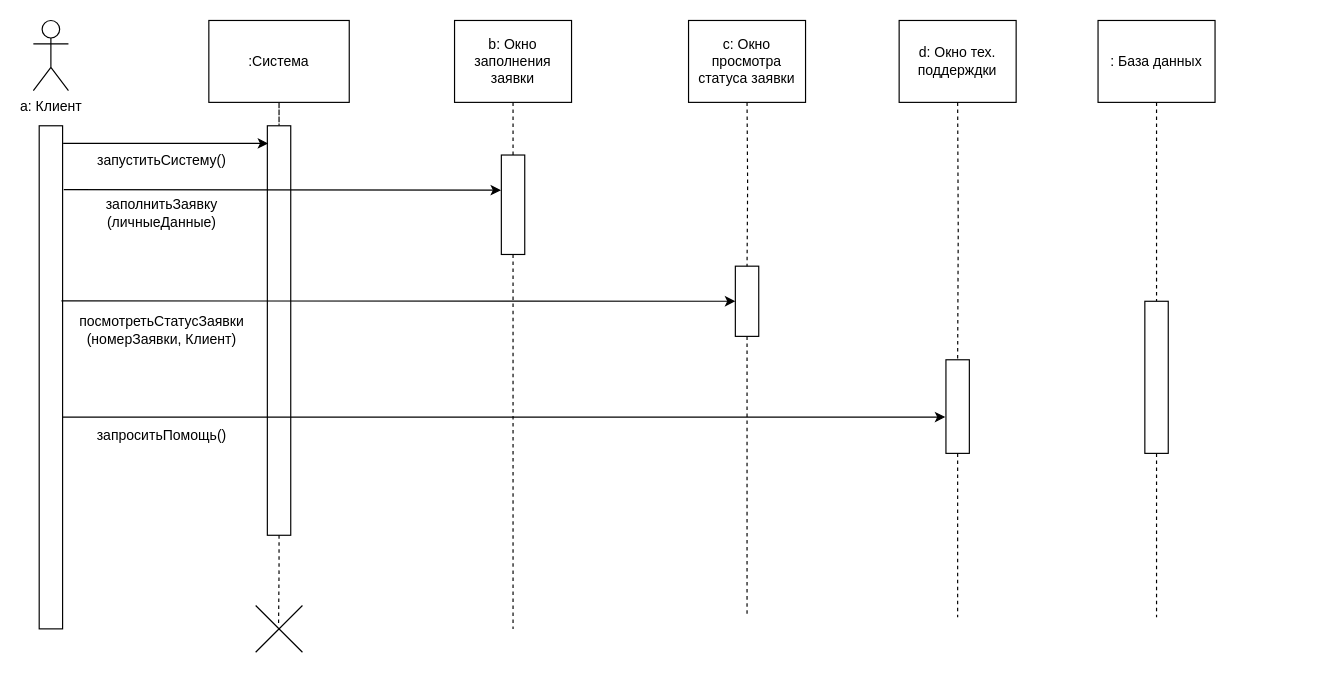
This is СтрахованиеПоследовательность.drawio from Deviky/FOREVASIAOD, a draw.io file, before an edit. Source tidied: cells renumbered, new cells numbered last; positions are measured from the earlier drawing's top-left corner, leaving out a move shared by most shapes. Both pictures are drawn from the tidied source at 117%, with x=0, y=0 at pixel (33, 20).
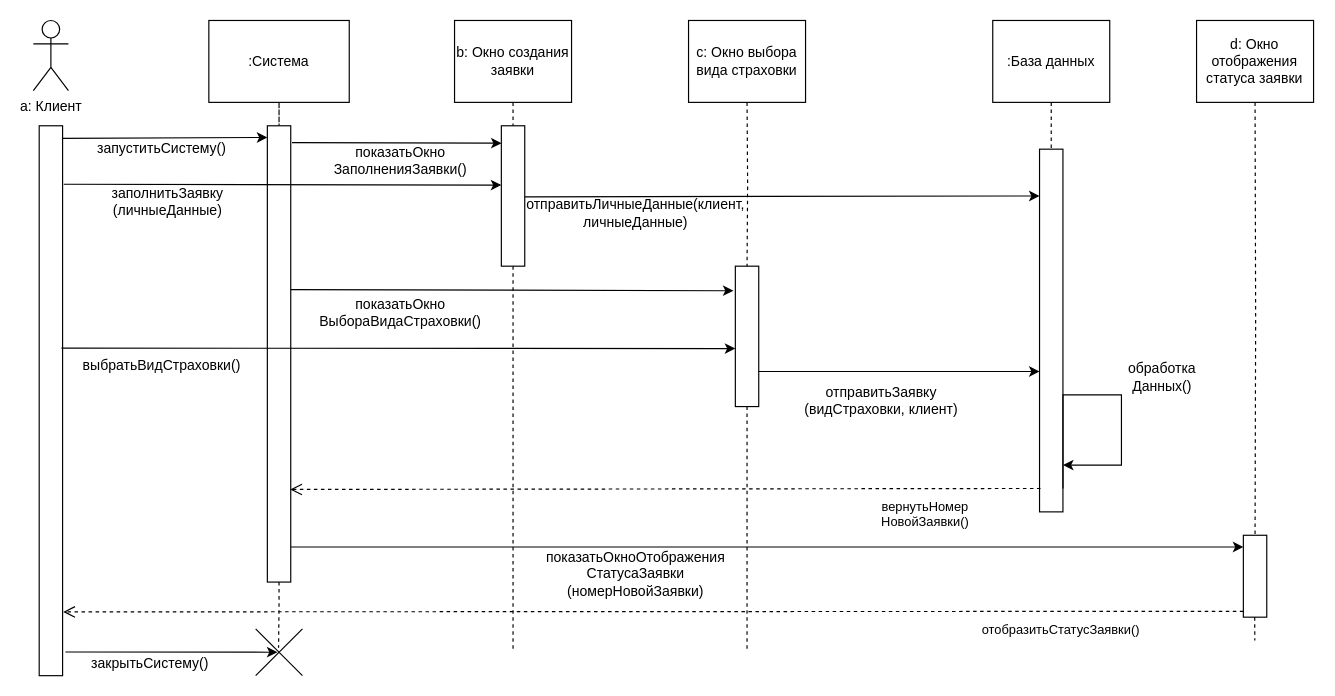
The same page after the edit.

Diff of the diagram source:
```diff
@@
     <mxCell id="3" style="rounded=0;whiteSpace=wrap;html=1;" parent="1" vertex="1">
-      <mxGeometry x="5" y="90" width="20" height="430" as="geometry" />
+      <mxGeometry x="5" y="90" width="20" height="470" as="geometry" />
     </mxCell>
@@
     <mxCell id="6" style="rounded=0;whiteSpace=wrap;html=1;" parent="1" vertex="1">
-      <mxGeometry x="200" y="90" width="20" height="350" as="geometry" />
+      <mxGeometry x="200" y="90" width="20" height="390" as="geometry" />
     </mxCell>
-    <mxCell id="7" style="endArrow=classic;html=1;rounded=0;exitX=1.023;exitY=0.035;exitDx=0;exitDy=0;exitPerimeter=0;entryX=0.037;entryY=0.043;entryDx=0;entryDy=0;entryPerimeter=0;" parent="1" edge="1" source="3" target="6">
-      <mxGeometry relative="1" as="geometry" />
+    <mxCell id="7" style="endArrow=classic;html=1;rounded=0;exitX=0.972;exitY=0.023;exitDx=0;exitDy=0;exitPerimeter=0;" parent="1" edge="1" source="3">
+      <mxGeometry relative="1" as="geometry">
+        <mxPoint x="200" y="100" as="targetPoint" />
+      </mxGeometry>
     </mxCell>
     <mxCell id="8" value="запуститьСистему()" style="text;html=1;align=center;verticalAlign=middle;whiteSpace=wrap;rounded=0;" parent="1" vertex="1">
-      <mxGeometry x="80" y="105" width="60" height="30" as="geometry" />
+      <mxGeometry x="80" y="100" width="60" height="20" as="geometry" />
     </mxCell>
-    <mxCell id="9" style="endArrow=classic;html=1;rounded=0;entryX=-0.012;entryY=0.353;entryDx=0;entryDy=0;entryPerimeter=0;exitX=1.05;exitY=0.127;exitDx=0;exitDy=0;exitPerimeter=0;" parent="1" edge="1" source="3" target="10">
-      <mxGeometry relative="1" as="geometry" />
+    <mxCell id="9" style="endArrow=classic;html=1;rounded=0;entryX=0;entryY=0.339;entryDx=0;entryDy=0;exitX=1.05;exitY=0.127;exitDx=0;exitDy=0;exitPerimeter=0;entryPerimeter=0;" parent="1" edge="1">
+      <mxGeometry relative="1" as="geometry">
+        <mxPoint x="26" y="140" as="sourcePoint" />
+        <mxPoint x="400" y="140.7" as="targetPoint" />
+      </mxGeometry>
     </mxCell>
     <mxCell id="10" style="rounded=0;whiteSpace=wrap;html=1;" parent="1" vertex="1">
-      <mxGeometry x="400" y="115" width="20" height="85" as="geometry" />
+      <mxGeometry x="400" y="90" width="20" height="120" as="geometry" />
     </mxCell>
     <mxCell id="11" value="заполнить&lt;span style=&quot;background-color: initial;&quot;&gt;Заявку&lt;/span&gt;&lt;div&gt;&lt;span style=&quot;background-color: initial;&quot;&gt;(личныеДанные)&lt;/span&gt;&lt;/div&gt;" style="text;html=1;align=center;verticalAlign=middle;whiteSpace=wrap;rounded=0;" parent="1" vertex="1">
-      <mxGeometry x="55" y="150" width="110" height="30" as="geometry" />
+      <mxGeometry x="60" y="140" width="110" height="30" as="geometry" />
     </mxCell>
-    <mxCell id="12" value="b: Окно заполнения заявки" style="rounded=0;whiteSpace=wrap;html=1;" parent="1" vertex="1">
+    <mxCell id="12" value="b: Окно создания заявки" style="rounded=0;whiteSpace=wrap;html=1;" parent="1" vertex="1">
       <mxGeometry x="360" width="100" height="70" as="geometry" />
     </mxCell>
     <mxCell id="13" style="rounded=0;whiteSpace=wrap;html=1;" parent="1" vertex="1">
-      <mxGeometry x="600" y="210" width="20" height="60" as="geometry" />
+      <mxGeometry x="600" y="210" width="20" height="120" as="geometry" />
     </mxCell>
-    <mxCell id="14" value="с: Окно просмотра статуса заявки" style="rounded=0;whiteSpace=wrap;html=1;" parent="1" vertex="1">
+    <mxCell id="14" value="с: Окно выбора вида страховки" style="rounded=0;whiteSpace=wrap;html=1;" parent="1" vertex="1">
       <mxGeometry x="560" width="100" height="70" as="geometry" />
     </mxCell>
-    <mxCell id="15" value=": База данных" style="rounded=0;whiteSpace=wrap;html=1;" parent="1" vertex="1">
-      <mxGeometry x="910" width="100" height="70" as="geometry" />
+    <mxCell id="15" value=":База данных" style="rounded=0;whiteSpace=wrap;html=1;" parent="1" vertex="1">
+      <mxGeometry x="820" width="100" height="70" as="geometry" />
     </mxCell>
     <mxCell id="16" style="edgeStyle=orthogonalEdgeStyle;rounded=0;jettySize=auto;html=1;dashed=1;endArrow=none;endFill=0;exitX=0.5;exitY=1;exitDx=0;exitDy=0;" parent="1" edge="1" source="10">
       <mxGeometry relative="1" as="geometry">
-        <mxPoint x="410" y="520" as="targetPoint" />
+        <mxPoint x="410" y="540" as="targetPoint" />
       </mxGeometry>
     </mxCell>
     <mxCell id="17" style="edgeStyle=orthogonalEdgeStyle;rounded=0;jettySize=auto;html=1;dashed=1;endArrow=none;endFill=0;exitX=0.5;exitY=1;exitDx=0;exitDy=0;" parent="1" edge="1" source="13">
       <mxGeometry relative="1" as="geometry">
-        <mxPoint x="610" y="510" as="targetPoint" />
+        <mxPoint x="610" y="540" as="targetPoint" />
       </mxGeometry>
     </mxCell>
-    <mxCell id="18" style="edgeStyle=orthogonalEdgeStyle;rounded=0;jettySize=auto;html=1;dashed=1;endArrow=none;endFill=0;exitX=0.5;exitY=1;exitDx=0;exitDy=0;" parent="1" edge="1" source="32">
-      <mxGeometry relative="1" as="geometry">
-        <mxPoint x="960" y="510" as="targetPoint" />
-      </mxGeometry>
-    </mxCell>
@@
     <mxCell id="23" style="shape=mxgraph.sysml.x;" parent="1" vertex="1">
-      <mxGeometry x="190" y="500" width="40" height="40" as="geometry" />
+      <mxGeometry x="190" y="520" width="40" height="40" as="geometry" />
     </mxCell>
-    <mxCell id="24" style="rounded=0;whiteSpace=wrap;html=1;" parent="1" vertex="1">
-      <mxGeometry x="780" y="290" width="20" height="80" as="geometry" />
-    </mxCell>
-    <mxCell id="25" value="d: Окно тех. поддерждки" style="rounded=0;whiteSpace=wrap;html=1;" parent="1" vertex="1">
-      <mxGeometry x="740" width="100" height="70" as="geometry" />
+    <mxCell id="25" value="d: Окно отображения статуса заявки" style="rounded=0;whiteSpace=wrap;html=1;" parent="1" vertex="1">
+      <mxGeometry x="994.2" width="100" height="70" as="geometry" />
     </mxCell>
-    <mxCell id="26" style="edgeStyle=orthogonalEdgeStyle;rounded=0;jettySize=auto;html=1;dashed=1;endArrow=none;endFill=0;exitX=0.5;exitY=1;exitDx=0;exitDy=0;" parent="1" edge="1" source="24">
-      <mxGeometry relative="1" as="geometry">
-        <mxPoint x="790" y="510" as="targetPoint" />
-      </mxGeometry>
-    </mxCell>
-    <mxCell id="27" style="edgeStyle=orthogonalEdgeStyle;rounded=0;jettySize=auto;html=1;dashed=1;endArrow=none;endFill=0;fontStyle=1;entryX=0.5;entryY=0;entryDx=0;entryDy=0;" parent="1" edge="1" target="24">
+    <mxCell id="27" style="edgeStyle=orthogonalEdgeStyle;rounded=0;jettySize=auto;html=1;dashed=1;endArrow=none;endFill=0;fontStyle=1;entryX=0.5;entryY=0;entryDx=0;entryDy=0;" parent="1" edge="1" target="47">
       <mxGeometry relative="1" as="geometry">
-        <mxPoint x="790" y="70" as="sourcePoint" />
+        <mxPoint x="1044.2" y="70" as="sourcePoint" />
       </mxGeometry>
     </mxCell>
-    <mxCell id="28" style="endArrow=classic;html=1;rounded=0;entryX=0;entryY=0.5;entryDx=0;entryDy=0;exitX=0.95;exitY=0.348;exitDx=0;exitDy=0;exitPerimeter=0;" parent="1" edge="1" source="3" target="13">
-      <mxGeometry relative="1" as="geometry" />
+    <mxCell id="28" style="endArrow=classic;html=1;rounded=0;entryX=0;entryY=0.5;entryDx=0;entryDy=0;exitX=0.95;exitY=0.348;exitDx=0;exitDy=0;exitPerimeter=0;" parent="1" edge="1">
+      <mxGeometry relative="1" as="geometry">
+        <mxPoint x="24" y="280" as="sourcePoint" />
+        <mxPoint x="600" y="280.4" as="targetPoint" />
+      </mxGeometry>
     </mxCell>
-    <mxCell id="29" value="&lt;div&gt;&lt;span style=&quot;background-color: initial;&quot;&gt;посмотретьСтатусЗаявки&lt;/span&gt;&lt;/div&gt;&lt;div&gt;&lt;span style=&quot;background-color: initial;&quot;&gt;(номерЗаявки, Клиент)&lt;/span&gt;&lt;/div&gt;" style="text;html=1;align=center;verticalAlign=middle;whiteSpace=wrap;rounded=0;" parent="1" vertex="1">
-      <mxGeometry x="55" y="250" width="110" height="30" as="geometry" />
+    <mxCell id="29" value="выбратьВидСтраховки()" style="text;html=1;align=center;verticalAlign=middle;whiteSpace=wrap;rounded=0;" parent="1" vertex="1">
+      <mxGeometry x="55" y="280" width="110" height="30" as="geometry" />
     </mxCell>
-    <mxCell id="30" style="endArrow=classic;html=1;rounded=0;entryX=-0.026;entryY=0.612;entryDx=0;entryDy=0;entryPerimeter=0;exitX=1;exitY=0.579;exitDx=0;exitDy=0;exitPerimeter=0;" parent="1" edge="1" source="3" target="24">
-      <mxGeometry relative="1" as="geometry" />
-    </mxCell>
-    <mxCell id="31" value="запроситьПомощь()" style="text;html=1;align=center;verticalAlign=middle;whiteSpace=wrap;rounded=0;" parent="1" vertex="1">
-      <mxGeometry x="55" y="340" width="110" height="30" as="geometry" />
-    </mxCell>
     <mxCell id="32" style="rounded=0;whiteSpace=wrap;html=1;" parent="1" vertex="1">
-      <mxGeometry x="950" y="240" width="20" height="130" as="geometry" />
+      <mxGeometry x="860" y="110" width="20" height="310" as="geometry" />
     </mxCell>
+    <mxCell id="33" style="endArrow=classic;html=1;rounded=0;edgeStyle=orthogonalEdgeStyle;" parent="1" edge="1">
+      <mxGeometry relative="1" as="geometry">
+        <mxPoint x="880" y="400" as="sourcePoint" />
+        <mxPoint x="880" y="380" as="targetPoint" />
+        <Array as="points">
+          <mxPoint x="880" y="320" />
+          <mxPoint x="930" y="320" />
+          <mxPoint x="930" y="380" />
+          <mxPoint x="880" y="380" />
+        </Array>
+      </mxGeometry>
+    </mxCell>
+    <mxCell id="34" style="endArrow=classic;html=1;rounded=0;exitX=1;exitY=0.579;exitDx=0;exitDy=0;exitPerimeter=0;" parent="1" edge="1">
+      <mxGeometry relative="1" as="geometry">
+        <mxPoint x="620" y="300" as="sourcePoint" />
+        <mxPoint x="860" y="300" as="targetPoint" />
+      </mxGeometry>
+    </mxCell>
+    <mxCell id="35" value="отправитьЗаявку&lt;div&gt;(видСтраховки, клиент)&lt;/div&gt;" style="text;html=1;align=center;verticalAlign=middle;whiteSpace=wrap;rounded=0;" parent="1" vertex="1">
+      <mxGeometry x="650" y="310" width="150" height="30" as="geometry" />
+    </mxCell>
+    <mxCell id="36" style="endArrow=classic;html=1;rounded=0;exitX=1;exitY=0.579;exitDx=0;exitDy=0;exitPerimeter=0;" parent="1" edge="1">
+      <mxGeometry relative="1" as="geometry">
+        <mxPoint x="420" y="150.7" as="sourcePoint" />
+        <mxPoint x="860" y="150" as="targetPoint" />
+      </mxGeometry>
+    </mxCell>
+    <mxCell id="37" value="&lt;span style=&quot;background-color: initial;&quot;&gt;отправитьЛичныеДанные(клиент, личныеДанные)&lt;/span&gt;" style="text;html=1;align=center;verticalAlign=middle;whiteSpace=wrap;rounded=0;" parent="1" vertex="1">
+      <mxGeometry x="460" y="150" width="110" height="30" as="geometry" />
+    </mxCell>
+    <mxCell id="38" value="вернутьНомер&lt;div&gt;НовойЗаявки()&lt;/div&gt;" style="html=1;verticalAlign=bottom;endArrow=open;dashed=1;endSize=8;curved=0;rounded=0;exitX=0.04;exitY=0.952;exitDx=0;exitDy=0;exitPerimeter=0;entryX=0.976;entryY=0.797;entryDx=0;entryDy=0;entryPerimeter=0;" parent="1" edge="1" target="6">
+      <mxGeometry x="-0.69" y="38" relative="1" as="geometry">
+        <mxPoint x="860.8" y="400" as="sourcePoint" />
+      </mxGeometry>
+    </mxCell>
+    <mxCell id="39" value="&lt;div&gt;&lt;span style=&quot;background-color: initial;&quot;&gt;обработка&lt;/span&gt;&lt;/div&gt;&lt;div&gt;&lt;span style=&quot;background-color: initial;&quot;&gt;Данных&lt;/span&gt;&lt;span style=&quot;background-color: initial;&quot;&gt;()&lt;/span&gt;&lt;/div&gt;" style="text;html=1;align=center;verticalAlign=middle;whiteSpace=wrap;rounded=0;" parent="1" vertex="1">
+      <mxGeometry x="910" y="290" width="110" height="30" as="geometry" />
+    </mxCell>
+    <mxCell id="40" style="endArrow=classic;html=1;rounded=0;exitX=1.121;exitY=0.957;exitDx=0;exitDy=0;exitPerimeter=0;entryX=0.466;entryY=0.499;entryDx=0;entryDy=0;entryPerimeter=0;" parent="1" edge="1" source="3" target="23">
+      <mxGeometry relative="1" as="geometry" />
+    </mxCell>
+    <mxCell id="41" value="закрытьСистему()" style="text;html=1;align=center;verticalAlign=middle;whiteSpace=wrap;rounded=0;" parent="1" vertex="1">
+      <mxGeometry x="70" y="540" width="60" height="20" as="geometry" />
+    </mxCell>
+    <mxCell id="42" style="endArrow=classic;html=1;rounded=0;exitX=1.055;exitY=0.037;exitDx=0;exitDy=0;exitPerimeter=0;entryX=0.01;entryY=0.124;entryDx=0;entryDy=0;entryPerimeter=0;" parent="1" edge="1" source="6" target="10">
+      <mxGeometry relative="1" as="geometry" />
+    </mxCell>
+    <mxCell id="43" value="показатьОкно&lt;div&gt;ЗаполненияЗаявки()&lt;/div&gt;" style="text;html=1;align=center;verticalAlign=middle;whiteSpace=wrap;rounded=0;" parent="1" vertex="1">
+      <mxGeometry x="284" y="110" width="60" height="20" as="geometry" />
+    </mxCell>
+    <mxCell id="44" style="endArrow=classic;html=1;rounded=0;exitX=1.009;exitY=0.048;exitDx=0;exitDy=0;exitPerimeter=0;entryX=-0.08;entryY=0.175;entryDx=0;entryDy=0;entryPerimeter=0;" parent="1" edge="1" target="13">
+      <mxGeometry relative="1" as="geometry">
+        <mxPoint x="220" y="230" as="sourcePoint" />
+      </mxGeometry>
+    </mxCell>
+    <mxCell id="45" value="показатьОкно&lt;div&gt;&lt;span style=&quot;background-color: initial;&quot;&gt;ВыбораВидаСтраховки()&lt;/span&gt;&lt;br&gt;&lt;/div&gt;" style="text;html=1;align=center;verticalAlign=middle;whiteSpace=wrap;rounded=0;" parent="1" vertex="1">
+      <mxGeometry x="284" y="240" width="60" height="20" as="geometry" />
+    </mxCell>
+    <mxCell id="46" style="edgeStyle=orthogonalEdgeStyle;rounded=0;orthogonalLoop=1;jettySize=auto;html=1;exitX=0.5;exitY=1;exitDx=0;exitDy=0;" parent="1" edge="1" source="39" target="39">
+      <mxGeometry relative="1" as="geometry" />
+    </mxCell>
+    <mxCell id="47" style="rounded=0;whiteSpace=wrap;html=1;" parent="1" vertex="1">
+      <mxGeometry x="1034.2" y="440" width="20" height="70" as="geometry" />
+    </mxCell>
+    <mxCell id="48" style="endArrow=classic;html=1;rounded=0;" parent="1" edge="1">
+      <mxGeometry relative="1" as="geometry">
+        <mxPoint x="220" y="450" as="sourcePoint" />
+        <mxPoint x="1034.2" y="450" as="targetPoint" />
+      </mxGeometry>
+    </mxCell>
+    <mxCell id="49" value="отобразитьСтатусЗаявки()" style="html=1;verticalAlign=bottom;endArrow=open;dashed=1;endSize=8;curved=0;rounded=0;exitX=0;exitY=0.53;exitDx=0;exitDy=0;exitPerimeter=0;entryX=1.024;entryY=0.884;entryDx=0;entryDy=0;entryPerimeter=0;" parent="1" edge="1" target="3">
+      <mxGeometry x="-0.69" y="25" relative="1" as="geometry">
+        <mxPoint x="1034.2" y="505" as="sourcePoint" />
+      </mxGeometry>
+    </mxCell>
+    <mxCell id="50" value="показатьОкноОтображения&lt;div&gt;Статуса&lt;span style=&quot;background-color: initial;&quot;&gt;Заявки&lt;/span&gt;&lt;/div&gt;&lt;div&gt;&lt;span style=&quot;background-color: initial;&quot;&gt;(номерНовойЗаявки)&lt;/span&gt;&lt;/div&gt;" style="text;html=1;align=center;verticalAlign=middle;whiteSpace=wrap;rounded=0;" parent="1" vertex="1">
+      <mxGeometry x="460" y="460" width="110" height="25" as="geometry" />
+    </mxCell>
+    <mxCell id="51" style="edgeStyle=orthogonalEdgeStyle;rounded=0;orthogonalLoop=1;jettySize=auto;html=1;exitX=0.5;exitY=1;exitDx=0;exitDy=0;" parent="1" edge="1" source="50" target="50">
+      <mxGeometry relative="1" as="geometry" />
+    </mxCell>
+    <mxCell id="52" style="edgeStyle=orthogonalEdgeStyle;rounded=0;orthogonalLoop=1;jettySize=auto;html=1;dashed=1;endArrow=none;endFill=0;exitX=0.5;exitY=1;exitDx=0;exitDy=0;" parent="1" edge="1">
+      <mxGeometry relative="1" as="geometry">
+        <mxPoint x="1043.9" y="510" as="sourcePoint" />
+        <mxPoint x="1044" y="530" as="targetPoint" />
+      </mxGeometry>
+    </mxCell>
```
